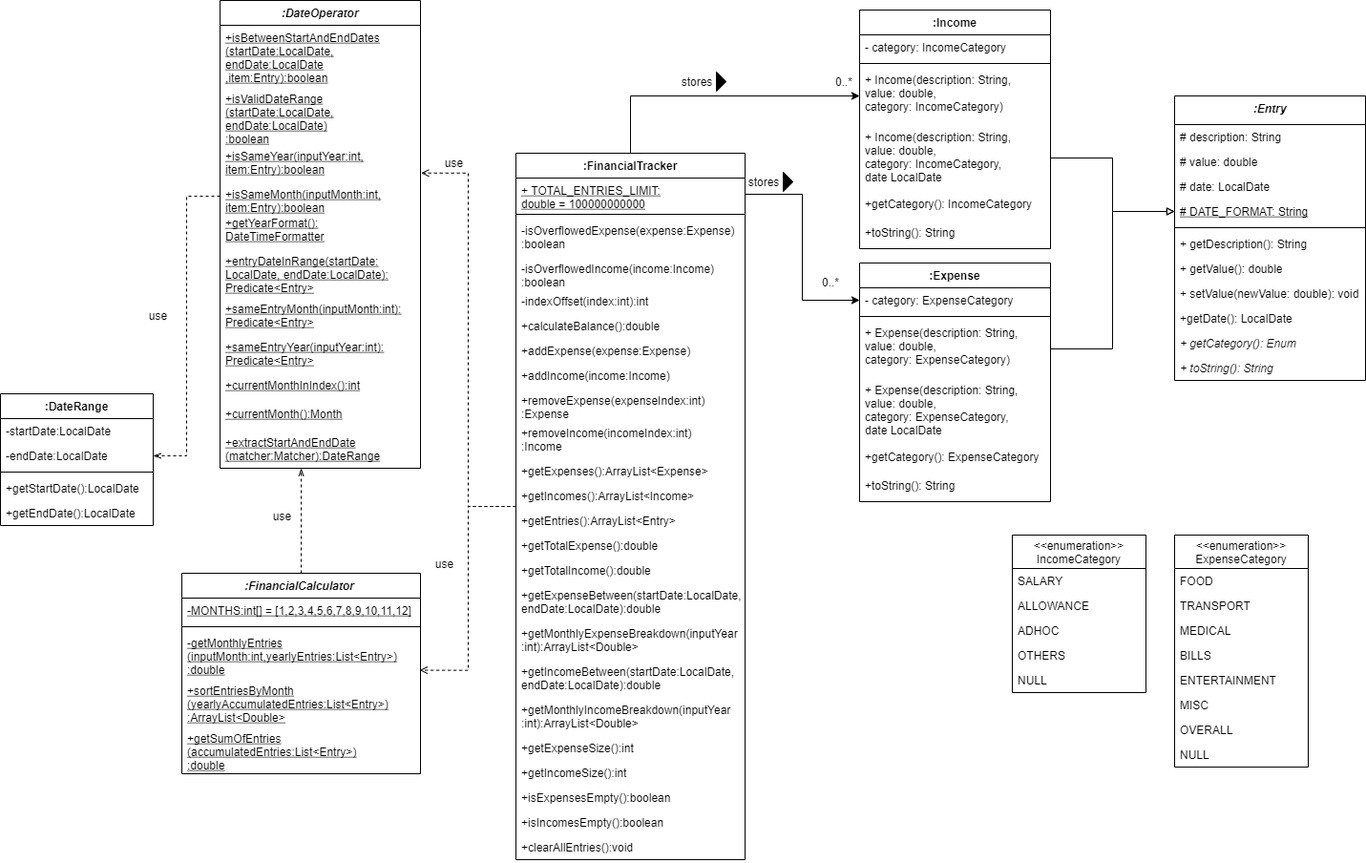
Above: docs/FinancialTrackerCD.drawio.png in nus-cs2113-AY2122S1/tp (draw.io), before the change. Source tidied: cells renumbered, new cells last; positions are measured from the earlier drawing's top-left corner, leaving out a move shared by most shapes.
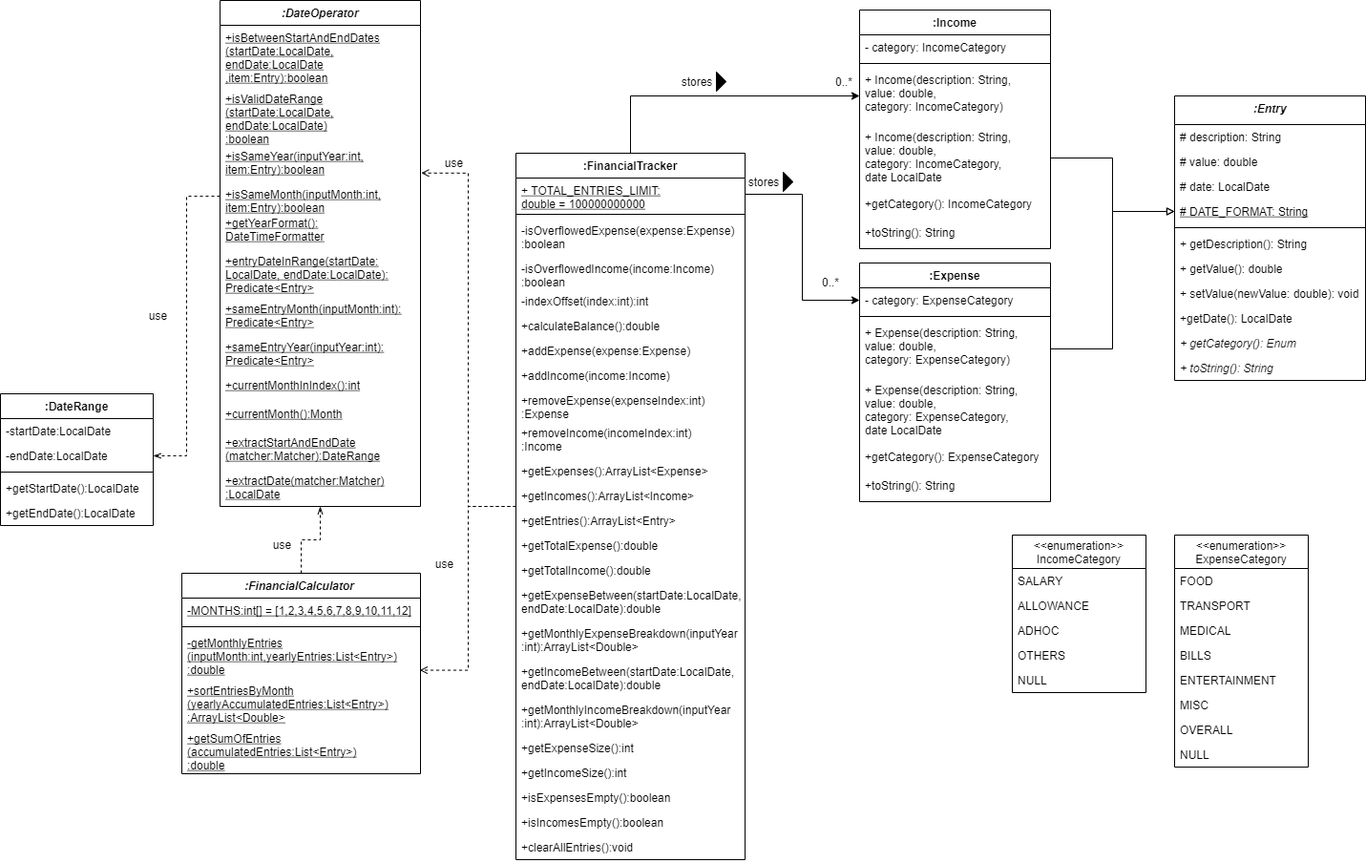
Above is the later version.

The edit, as a diff of the source:
```diff
@@ -219,7 +219,7 @@
       <mxGeometry relative="1" as="geometry" />
     </mxCell>
     <mxCell id="74" value=":DateOperator" style="swimlane;fontStyle=3;horizontal=1;startSize=26;fillColor=none;fontColor=#000000;" parent="1" vertex="1">
-      <mxGeometry x="230" width="210" height="490" as="geometry" />
+      <mxGeometry x="230" width="210" height="530" as="geometry" />
     </mxCell>
     <mxCell id="75" value="+isBetweenStartAndEndDates&#10;(startDate:LocalDate,&#10;endDate:LocalDate&#10;,item:Entry):boolean&#10;" style="text;strokeColor=none;fillColor=none;align=left;verticalAlign=top;spacingLeft=4;spacingRight=4;overflow=hidden;fontColor=#000000;fontStyle=4;" parent="74" vertex="1">
       <mxGeometry y="26" width="210" height="64" as="geometry" />
@@ -254,7 +254,10 @@
     <mxCell id="85" value="+extractStartAndEndDate&#10;(matcher:Matcher):DateRange" style="text;strokeColor=none;fillColor=none;align=left;verticalAlign=top;spacingLeft=4;spacingRight=4;overflow=hidden;points=[[0,0.5],[1,0.5]];portConstraint=eastwest;fontColor=#000000;fontStyle=4;" parent="74" vertex="1">
       <mxGeometry y="450" width="210" height="40" as="geometry" />
     </mxCell>
+    <mxCell id="110" value="+extractDate(matcher:Matcher)&#10;:LocalDate" style="text;strokeColor=none;fillColor=none;align=left;verticalAlign=top;spacingLeft=4;spacingRight=4;overflow=hidden;points=[[0,0.5],[1,0.5]];portConstraint=eastwest;fontColor=#000000;fontStyle=4;" parent="74" vertex="1">
+      <mxGeometry y="490" width="210" height="40" as="geometry" />
+    </mxCell>
-    <mxCell id="86" style="edgeStyle=orthogonalEdgeStyle;rounded=0;jettySize=auto;html=1;exitX=0.5;exitY=0;exitDx=0;exitDy=0;entryX=0.405;entryY=1;entryDx=0;entryDy=0;entryPerimeter=0;dashed=1;endArrow=openThin;endFill=0;" parent="1" edge="1" source="87" target="85">
+    <mxCell id="86" style="edgeStyle=orthogonalEdgeStyle;rounded=0;jettySize=auto;html=1;exitX=0.5;exitY=0;exitDx=0;exitDy=0;dashed=1;endArrow=openThin;endFill=0;entryX=0.5;entryY=1;entryDx=0;entryDy=0;entryPerimeter=0;" parent="1" edge="1" source="87" target="110">
       <mxGeometry relative="1" as="geometry" />
     </mxCell>
     <mxCell id="87" value=":FinancialCalculator " style="swimlane;fontStyle=3;align=center;verticalAlign=top;horizontal=1;startSize=26;fontColor=#000000;" parent="1" vertex="1">
@@ -324,7 +327,7 @@
       <mxGeometry x="150" y="320" width="30" height="20" as="geometry" />
     </mxCell>
     <mxCell id="109" value="use" style="text;html=1;align=center;verticalAlign=middle;strokeColor=none;fillColor=none;fontColor=#000000;" parent="1" vertex="1">
-      <mxGeometry x="280" y="530" width="30" height="20" as="geometry" />
+      <mxGeometry x="280" y="560" width="30" height="20" as="geometry" />
     </mxCell>
   </root>
 </mxGraphModel>
```
